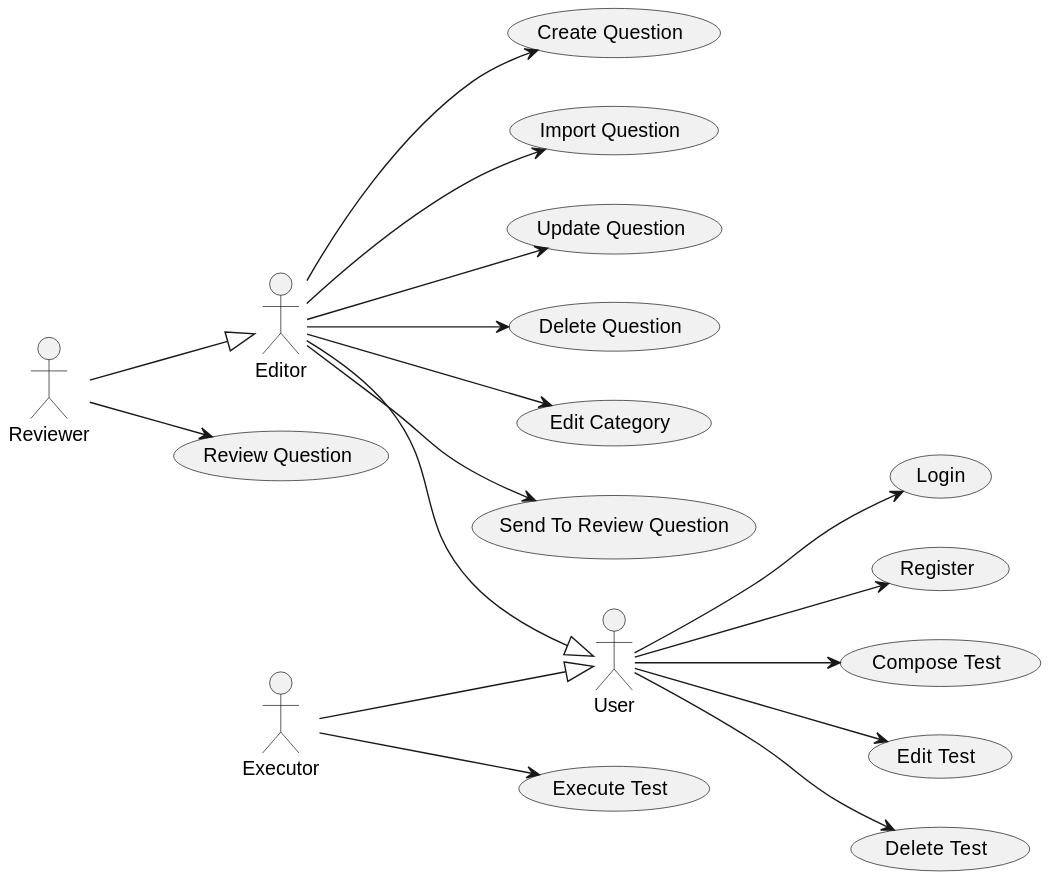
The PlantUML diagram out/doc/useCases_app/useCases_app.svg in Joselon/ProyectoOpoTest, before a commit.
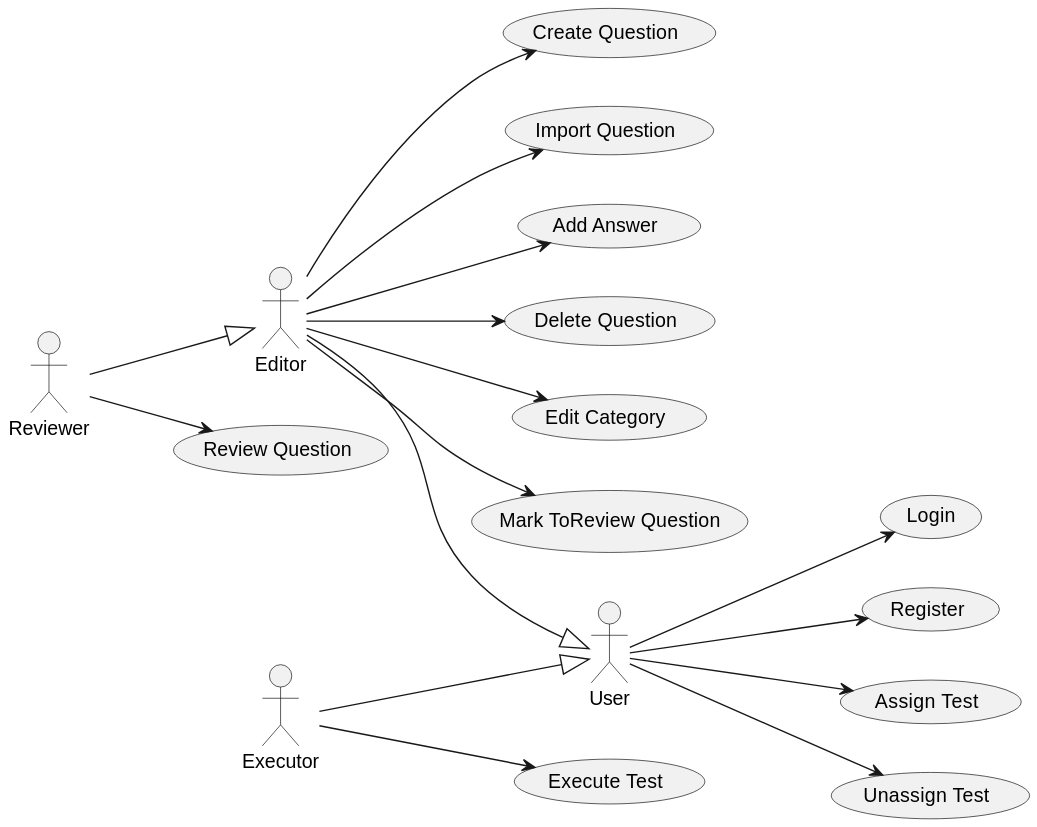
The same file after the commit.

Diff of the diagram source:
```diff
@@ -7,16 +7,15 @@
 usecase "Register" as register
 usecase "Create Question" as createQ
 usecase "Import Question" as importQ
-usecase "Update Question" as updateQ
+usecase "Add Answer" as addAnswerQ
 usecase "Delete Question" as deleteQ
 
-usecase "Compose Test" as composeT
-usecase "Edit Test" as editT
-usecase "Delete Test" as deleteT
+usecase "Assign Test" as assignT
+usecase "Unassign Test" as unassignT
 usecase "Execute Test" as execT
 
 usecase "Edit Category" as editC
-usecase "Send To Review Question" as sendQ
+usecase "Mark ToReview Question" as markQ
 
 usecase "Review Question" as review
 
@@ -26,15 +25,14 @@
 
 Editor --> createQ
 Editor --> importQ
-Editor --> updateQ
+Editor --> addAnswerQ
 Editor --> deleteQ
-Editor --> sendQ
+Editor --> markQ
 
 User --> login
 User --> register
-User --> composeT
-User --> editT
-User --> deleteT
+User --> assignT
+User --> unassignT
 Executor --> execT
 
 Editor --> editC
```
